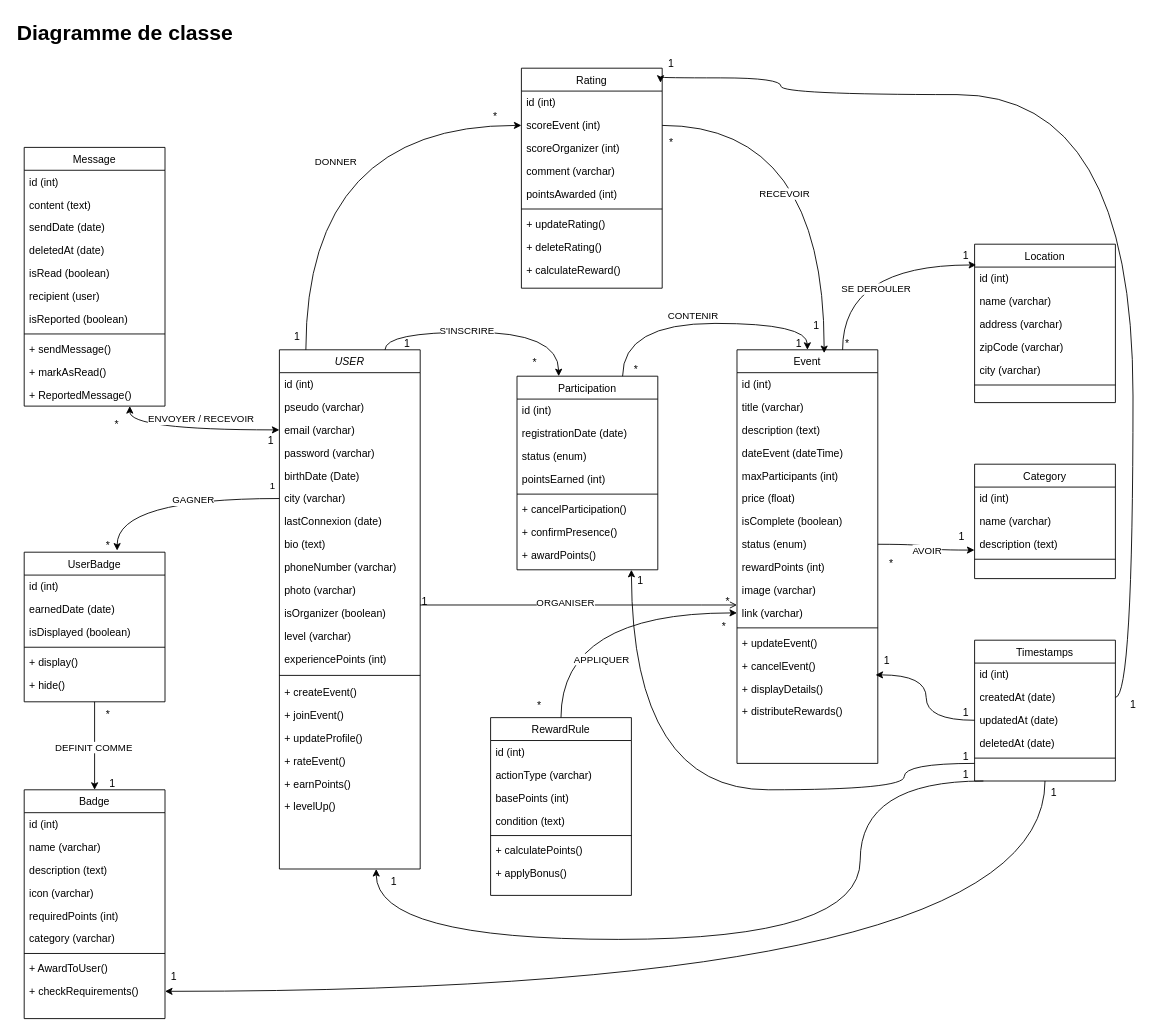
Earlier version of the draw.io diagram page "d_classe" (1 of 9) of Diagramme sans nom.drawio (AnaisP974/MeetNGo). Source tidied: cells renumbered, new cells numbered last; positions are measured from the earlier drawing's top-left corner, leaving out a move shared by most shapes. Both pictures are drawn from the tidied source at 88%, with x=0, y=0 at pixel (15, 15).
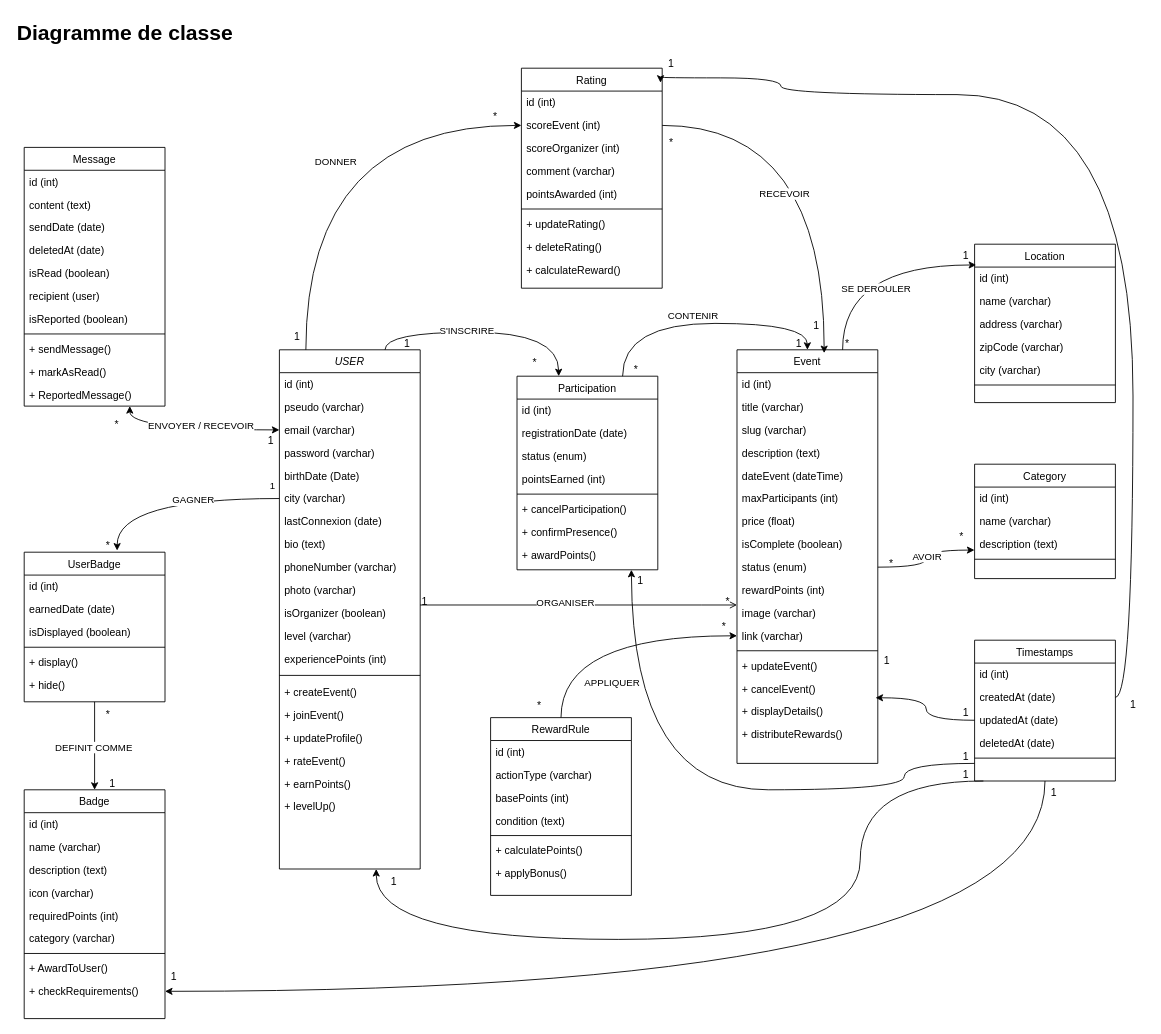
The same diagram, later.

Commit message:
Mettre à jour Diagramme sans nom.drawio

Unchanged cells that the change refers to:
```xml
<mxCell id="25" value="Event" style="swimlane;fontStyle=0;align=center;verticalAlign=top;horizontal=1;startSize=26;rounded=0;shadow=0;strokeWidth=1;" parent="1" vertex="1">
  <mxGeometry x="820" y="380" width="160" height="470" as="geometry" />
</mxCell>
<mxCell id="116" style="endArrow=classic;startArrow=classic;html=1;rounded=0;entryX=0;entryY=0.5;entryDx=0;entryDy=0;exitX=0.75;exitY=1;exitDx=0;exitDy=0;edgeStyle=orthogonalEdgeStyle;curved=1;" parent="1" edge="1" source="68" target="5">
  <mxGeometry relative="1" as="geometry" />
</mxCell>
```

Change to the diagram source:
```diff
@@
+    <mxCell id="174" value="slug (varchar)" style="text;align=left;verticalAlign=top;spacingLeft=4;spacingRight=4;overflow=hidden;rounded=0;shadow=0;html=0;" parent="25" vertex="1">
+      <mxGeometry y="78" width="160" height="26" as="geometry" />
+    </mxCell>
     <mxCell id="28" value="description (text)" style="text;align=left;verticalAlign=top;spacingLeft=4;spacingRight=4;overflow=hidden;rounded=0;shadow=0;html=0;" parent="25" vertex="1">
-      <mxGeometry y="78" width="160" height="26" as="geometry" />
+      <mxGeometry y="104" width="160" height="26" as="geometry" />
     </mxCell>
     <mxCell id="29" value="dateEvent (dateTime)" style="text;align=left;verticalAlign=top;spacingLeft=4;spacingRight=4;overflow=hidden;rounded=0;shadow=0;html=0;" parent="25" vertex="1">
-      <mxGeometry y="104" width="160" height="26" as="geometry" />
+      <mxGeometry y="130" width="160" height="26" as="geometry" />
     </mxCell>
     <mxCell id="30" value="maxParticipants (int)" style="text;align=left;verticalAlign=top;spacingLeft=4;spacingRight=4;overflow=hidden;rounded=0;shadow=0;html=0;" parent="25" vertex="1">
-      <mxGeometry y="130" width="160" height="26" as="geometry" />
+      <mxGeometry y="156" width="160" height="26" as="geometry" />
     </mxCell>
     <mxCell id="31" value="price (float)" style="text;align=left;verticalAlign=top;spacingLeft=4;spacingRight=4;overflow=hidden;rounded=0;shadow=0;html=0;" parent="25" vertex="1">
-      <mxGeometry y="156" width="160" height="26" as="geometry" />
+      <mxGeometry y="182" width="160" height="26" as="geometry" />
     </mxCell>
     <mxCell id="32" value="isComplete (boolean)" style="text;align=left;verticalAlign=top;spacingLeft=4;spacingRight=4;overflow=hidden;rounded=0;shadow=0;html=0;" parent="25" vertex="1">
-      <mxGeometry y="182" width="160" height="26" as="geometry" />
+      <mxGeometry y="208" width="160" height="26" as="geometry" />
     </mxCell>
     <mxCell id="33" value="status (enum)" style="text;align=left;verticalAlign=top;spacingLeft=4;spacingRight=4;overflow=hidden;points=[[0,0.5],[1,0.5]];portConstraint=eastwest;rounded=0;shadow=0;html=0;" parent="25" vertex="1">
-      <mxGeometry y="208" width="160" height="26" as="geometry" />
+      <mxGeometry y="234" width="160" height="26" as="geometry" />
     </mxCell>
     <mxCell id="34" value="rewardPoints (int)" style="text;align=left;verticalAlign=top;spacingLeft=4;spacingRight=4;overflow=hidden;rounded=0;shadow=0;html=0;" parent="25" vertex="1">
-      <mxGeometry y="234" width="160" height="26" as="geometry" />
+      <mxGeometry y="260" width="160" height="26" as="geometry" />
     </mxCell>
     <mxCell id="35" value="image (varchar)" style="text;align=left;verticalAlign=top;spacingLeft=4;spacingRight=4;overflow=hidden;rounded=0;shadow=0;html=0;" parent="25" vertex="1">
-      <mxGeometry y="260" width="160" height="26" as="geometry" />
+      <mxGeometry y="286" width="160" height="26" as="geometry" />
     </mxCell>
     <mxCell id="36" value="link (varchar)" style="text;align=left;verticalAlign=top;spacingLeft=4;spacingRight=4;overflow=hidden;points=[[0,0.5],[1,0.5]];portConstraint=eastwest;rounded=0;shadow=0;html=0;" parent="25" vertex="1">
-      <mxGeometry y="286" width="160" height="26" as="geometry" />
+      <mxGeometry y="312" width="160" height="26" as="geometry" />
     </mxCell>
     <mxCell id="37" style="line;html=1;strokeWidth=1;align=left;verticalAlign=middle;spacingTop=-1;spacingLeft=3;spacingRight=3;labelPosition=right;" parent="25" vertex="1">
-      <mxGeometry y="312" width="160" height="8" as="geometry" />
+      <mxGeometry y="338" width="160" height="8" as="geometry" />
     </mxCell>
     <mxCell id="38" value="+ updateEvent()" style="text;align=left;verticalAlign=top;spacingLeft=4;spacingRight=4;overflow=hidden;" parent="25" vertex="1">
-      <mxGeometry y="320" width="160" height="26" as="geometry" />
+      <mxGeometry y="346" width="160" height="26" as="geometry" />
     </mxCell>
     <mxCell id="39" value="+ cancelEvent()" style="text;align=left;verticalAlign=top;spacingLeft=4;spacingRight=4;overflow=hidden;" parent="25" vertex="1">
-      <mxGeometry y="346" width="160" height="26" as="geometry" />
+      <mxGeometry y="372" width="160" height="26" as="geometry" />
     </mxCell>
     <mxCell id="40" value="+ displayDetails()" style="text;align=left;verticalAlign=top;spacingLeft=4;spacingRight=4;overflow=hidden;points=[[0,0.5],[1,0.5]];portConstraint=eastwest;" parent="25" vertex="1">
-      <mxGeometry y="372" width="160" height="26" as="geometry" />
+      <mxGeometry y="398" width="160" height="26" as="geometry" />
     </mxCell>
     <mxCell id="41" value="+ distributeRewards()" style="text;align=left;verticalAlign=top;spacingLeft=4;spacingRight=4;overflow=hidden;" parent="25" vertex="1">
-      <mxGeometry y="398" width="160" height="26" as="geometry" />
+      <mxGeometry y="424" width="160" height="26" as="geometry" />
     </mxCell>
@@
     <mxCell id="117" value="ENVOYER / RECEVOIR" style="edgeLabel;html=1;align=center;verticalAlign=middle;" parent="116" vertex="1">
       <mxGeometry x="0.14" y="10" relative="1" as="geometry">
-        <mxPoint x="-5" y="-3" as="offset" />
+        <mxPoint x="-5" y="4" as="offset" />
       </mxGeometry>
     </mxCell>
@@
-    <mxCell id="132" value="1" style="text;html=1;align=center;verticalAlign=middle;strokeColor=none;fillColor=none;" parent="1" vertex="1">
+    <mxCell id="132" value="*" style="text;html=1;align=center;verticalAlign=middle;strokeColor=none;fillColor=none;" parent="1" vertex="1">
       <mxGeometry x="1060" y="578" width="30" height="30" as="geometry" />
     </mxCell>
```
